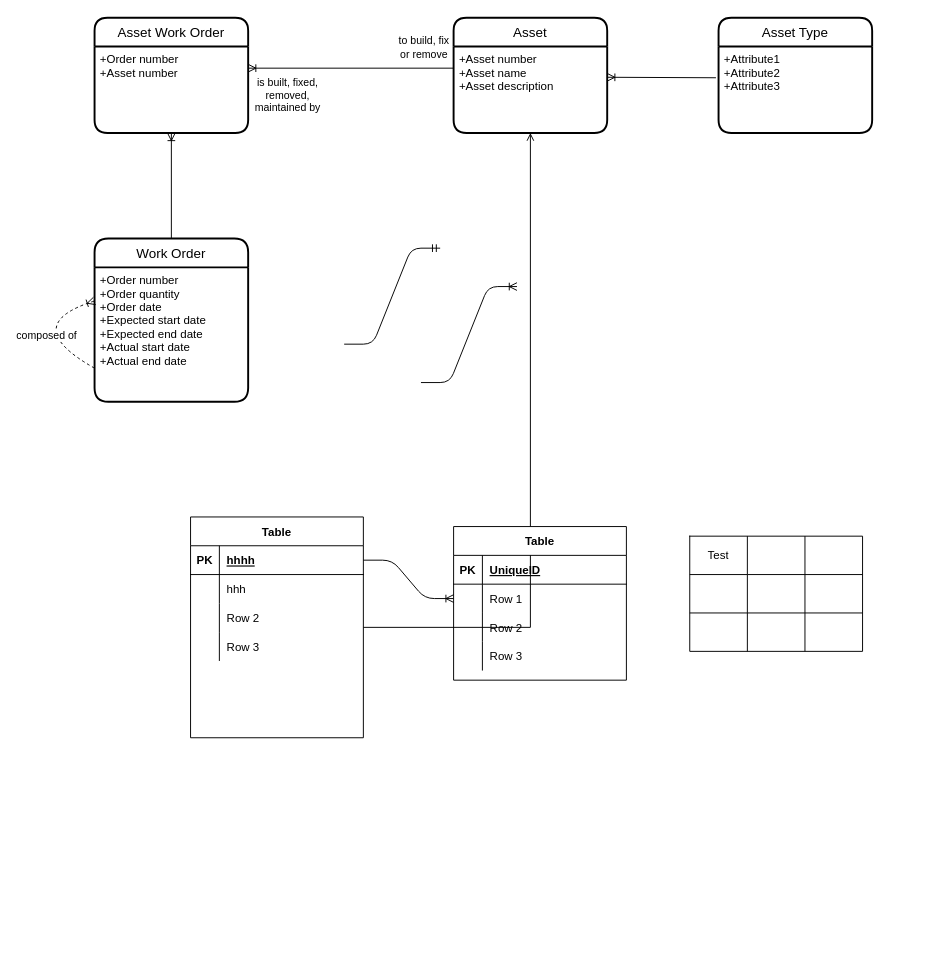
The draw.io diagram management.design/DataModel.drawio in markash/management, before the edit. Source tidied: cells renumbered, new cells numbered last; positions are measured from the earlier drawing's top-left corner, leaving out a move shared by most shapes. Both pictures are drawn from the tidied source at 96%, with x=0, y=0 at pixel (17, 17).
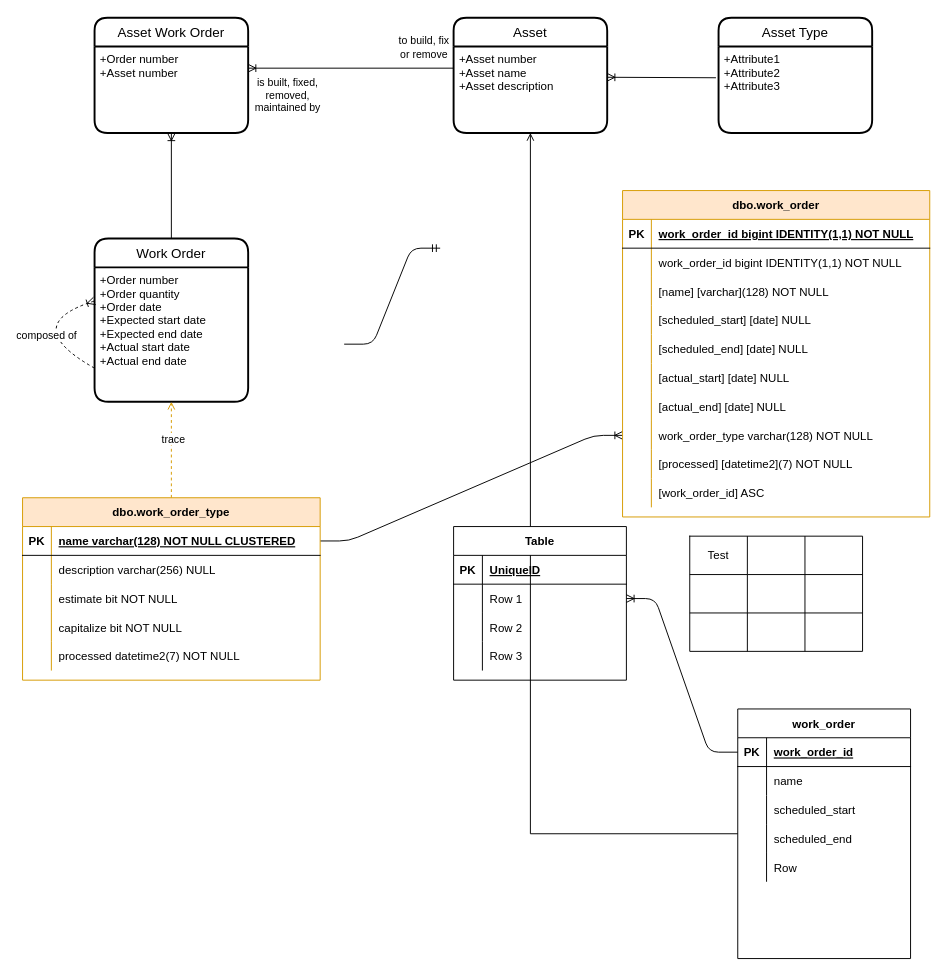
The same diagram, later.

Commit message:
Included physical tables for work_order

The change refers to these unchanged cells:
```xml
<mxCell id="5" value="+Order number&#10;+Order quantity&#10;+Order date&#10;+Expected start date&#10;+Expected end date&#10;+Actual start date&#10;+Actual end date" style="align=left;strokeColor=none;fillColor=none;spacingLeft=4;fontSize=12;verticalAlign=top;" parent="4" vertex="1">
  <mxGeometry y="30" width="160" height="140" as="geometry" />
</mxCell>
<mxCell id="10" style="shape=partialRectangle;fillColor=none;top=0;left=0;bottom=1;right=0;points=[[0,0.5],[1,0.5]];portConstraint=eastwest;" parent="9" vertex="1">
  <mxGeometry y="30" width="180" height="30" as="geometry" />
</mxCell>
<mxCell id="13" style="shape=partialRectangle;fillColor=none;top=0;left=0;bottom=0;right=0;" parent="9" vertex="1">
  <mxGeometry y="60" width="180" height="30" as="geometry" />
</mxCell>
<mxCell id="16" style="shape=partialRectangle;fillColor=none;top=0;left=0;bottom=0;right=0;" parent="9" vertex="1">
  <mxGeometry y="90" width="180" height="30" as="geometry" />
</mxCell>
<mxCell id="19" style="shape=partialRectangle;fillColor=none;top=0;left=0;bottom=0;right=0;" parent="9" vertex="1">
  <mxGeometry y="120" width="180" height="30" as="geometry" />
</mxCell>
```

What changed in the source:
```diff
@@
-    <mxCell id="9" value="Table" style="shape=table;startSize=30;childLayout=tableLayout;rowLines=0;fontStyle=1;align=center;" parent="1" vertex="1">
-      <mxGeometry x="180" y="520" width="180" height="230" as="geometry" />
+    <mxCell id="9" value="work_order" style="shape=table;startSize=30;childLayout=tableLayout;rowLines=0;fontStyle=1;align=center;" parent="1" vertex="1">
+      <mxGeometry x="750" y="720" width="180" height="260" as="geometry" />
     </mxCell>
@@
-    <mxCell id="12" value="hhhh" style="shape=partialRectangle;fillColor=none;top=0;left=0;bottom=0;right=0;align=left;spacingLeft=6;fontStyle=5;overflow=hidden;" parent="10" vertex="1">
+    <mxCell id="12" value="work_order_id" style="shape=partialRectangle;fillColor=none;top=0;left=0;bottom=0;right=0;align=left;spacingLeft=6;fontStyle=5;overflow=hidden;" parent="10" vertex="1">
       <mxGeometry x="30" width="150" height="30" as="geometry" />
     </mxCell>
@@
-    <mxCell id="15" value="hhh" style="shape=partialRectangle;fillColor=none;top=0;left=0;bottom=0;right=0;align=left;spacingLeft=6;overflow=hidden;" parent="13" vertex="1">
+    <mxCell id="15" value="name" style="shape=partialRectangle;fillColor=none;top=0;left=0;bottom=0;right=0;align=left;spacingLeft=6;overflow=hidden;" parent="13" vertex="1">
       <mxGeometry x="30" width="150" height="30" as="geometry" />
     </mxCell>
@@
-    <mxCell id="18" value="Row 2" style="shape=partialRectangle;fillColor=none;top=0;left=0;bottom=0;right=0;align=left;spacingLeft=6;overflow=hidden;" parent="16" vertex="1">
+    <mxCell id="18" value="scheduled_start" style="shape=partialRectangle;fillColor=none;top=0;left=0;bottom=0;right=0;align=left;spacingLeft=6;overflow=hidden;" parent="16" vertex="1">
       <mxGeometry x="30" width="150" height="30" as="geometry" />
     </mxCell>
@@
-    <mxCell id="21" value="Row 3" style="shape=partialRectangle;fillColor=none;top=0;left=0;bottom=0;right=0;align=left;spacingLeft=6;overflow=hidden;" parent="19" vertex="1">
+    <mxCell id="21" value="scheduled_end" style="shape=partialRectangle;fillColor=none;top=0;left=0;bottom=0;right=0;align=left;spacingLeft=6;overflow=hidden;" parent="19" vertex="1">
       <mxGeometry x="30" width="150" height="30" as="geometry" />
     </mxCell>
+    <mxCell id="60" style="shape=partialRectangle;fillColor=none;top=0;left=0;bottom=0;right=0;" parent="9" vertex="1">
+      <mxGeometry y="150" width="180" height="30" as="geometry" />
+    </mxCell>
+    <mxCell id="61" style="shape=partialRectangle;fillColor=none;top=0;left=0;bottom=0;right=0;overflow=hidden;" parent="60" vertex="1">
+      <mxGeometry width="30" height="30" as="geometry" />
+    </mxCell>
+    <mxCell id="62" value="Row" style="shape=partialRectangle;fillColor=none;top=0;left=0;bottom=0;right=0;align=left;spacingLeft=6;overflow=hidden;" parent="60" vertex="1">
+      <mxGeometry x="30" width="150" height="30" as="geometry" />
+    </mxCell>
@@
-    <mxCell id="57" style="edgeStyle=entityRelationEdgeStyle;fontSize=12;html=1;endArrow=ERoneToMany;" parent="1" edge="1">
-      <mxGeometry relative="1" as="geometry">
-        <mxPoint x="420" y="380" as="sourcePoint" />
-        <mxPoint x="520" y="280" as="targetPoint" />
-      </mxGeometry>
+    <mxCell id="57" style="edgeStyle=entityRelationEdgeStyle;fontSize=12;html=1;endArrow=ERoneToMany;exitX=1;exitY=0.5;exitDx=0;exitDy=0;" parent="1" edge="1" source="66" target="103">
+      <mxGeometry relative="1" as="geometry" />
     </mxCell>
@@
+    <mxCell id="63" style="edgeStyle=none;rounded=1;jettySize=auto;html=1;strokeColor=#d79b00;strokeWidth=1;dashed=1;startArrow=none;startFill=0;endArrow=open;endFill=0;fillColor=#ffe6cc;" parent="1" edge="1" source="65" target="5">
+      <mxGeometry relative="1" as="geometry" />
+    </mxCell>
+    <mxCell id="64" value="trace" style="edgeLabel;html=1;align=center;verticalAlign=middle;" parent="63" vertex="1">
+      <mxGeometry x="0.23" y="-1" relative="1" as="geometry" />
+    </mxCell>
+    <mxCell id="65" value="dbo.work_order_type" style="shape=table;startSize=30;childLayout=tableLayout;rowLines=0;fontStyle=1;align=center;fillColor=#ffe6cc;strokeColor=#d79b00;" parent="1" vertex="1">
+      <mxGeometry x="5" y="500" width="310" height="190" as="geometry" />
+    </mxCell>
+    <mxCell id="66" style="shape=partialRectangle;fillColor=none;points=[[0,0.5],[1,0.5]];portConstraint=eastwest;top=0;left=0;right=0;bottom=1;" parent="65" vertex="1">
+      <mxGeometry y="30" width="310" height="30" as="geometry" />
+    </mxCell>
+    <mxCell id="67" value="PK" style="shape=partialRectangle;overflow=hidden;fillColor=none;top=0;left=0;bottom=0;right=0;fontStyle=1;" parent="66" vertex="1">
+      <mxGeometry width="30" height="30" as="geometry" />
+    </mxCell>
+    <mxCell id="68" value="name varchar(128) NOT NULL CLUSTERED" style="shape=partialRectangle;overflow=hidden;fillColor=none;top=0;left=0;bottom=0;right=0;align=left;spacingLeft=6;fontStyle=5;" parent="66" vertex="1">
+      <mxGeometry x="30" width="280" height="30" as="geometry" />
+    </mxCell>
+    <mxCell id="69" style="shape=partialRectangle;fillColor=none;top=0;left=0;right=0;bottom=0;" parent="65" vertex="1">
+      <mxGeometry y="60" width="310" height="30" as="geometry" />
+    </mxCell>
+    <mxCell id="70" style="shape=partialRectangle;overflow=hidden;fillColor=none;top=0;left=0;bottom=0;right=0;" parent="69" vertex="1">
+      <mxGeometry width="30" height="30" as="geometry" />
+    </mxCell>
+    <mxCell id="71" value="description varchar(256) NULL" style="shape=partialRectangle;overflow=hidden;fillColor=none;top=0;left=0;bottom=0;right=0;align=left;spacingLeft=6;" parent="69" vertex="1">
+      <mxGeometry x="30" width="280" height="30" as="geometry" />
+    </mxCell>
+    <mxCell id="72" style="shape=partialRectangle;fillColor=none;top=0;left=0;right=0;bottom=0;" parent="65" vertex="1">
+      <mxGeometry y="90" width="310" height="30" as="geometry" />
+    </mxCell>
+    <mxCell id="73" style="shape=partialRectangle;overflow=hidden;fillColor=none;top=0;left=0;bottom=0;right=0;" parent="72" vertex="1">
+      <mxGeometry width="30" height="30" as="geometry" />
+    </mxCell>
+    <mxCell id="74" value="estimate bit NOT NULL" style="shape=partialRectangle;overflow=hidden;fillColor=none;top=0;left=0;bottom=0;right=0;align=left;spacingLeft=6;" parent="72" vertex="1">
+      <mxGeometry x="30" width="280" height="30" as="geometry" />
+    </mxCell>
+    <mxCell id="75" style="shape=partialRectangle;fillColor=none;top=0;left=0;right=0;bottom=0;" parent="65" vertex="1">
+      <mxGeometry y="120" width="310" height="30" as="geometry" />
+    </mxCell>
+    <mxCell id="76" style="shape=partialRectangle;overflow=hidden;fillColor=none;top=0;left=0;bottom=0;right=0;" parent="75" vertex="1">
+      <mxGeometry width="30" height="30" as="geometry" />
+    </mxCell>
+    <mxCell id="77" value="capitalize bit NOT NULL" style="shape=partialRectangle;overflow=hidden;fillColor=none;top=0;left=0;bottom=0;right=0;align=left;spacingLeft=6;" parent="75" vertex="1">
+      <mxGeometry x="30" width="280" height="30" as="geometry" />
+    </mxCell>
+    <mxCell id="78" style="shape=partialRectangle;fillColor=none;top=0;left=0;right=0;bottom=0;" parent="65" vertex="1">
+      <mxGeometry y="150" width="310" height="30" as="geometry" />
+    </mxCell>
+    <mxCell id="79" style="shape=partialRectangle;overflow=hidden;fillColor=none;top=0;left=0;bottom=0;right=0;" parent="78" vertex="1">
+      <mxGeometry width="30" height="30" as="geometry" />
+    </mxCell>
+    <mxCell id="80" value="processed datetime2(7) NOT NULL" style="shape=partialRectangle;overflow=hidden;fillColor=none;top=0;left=0;bottom=0;right=0;align=left;spacingLeft=6;" parent="78" vertex="1">
+      <mxGeometry x="30" width="280" height="30" as="geometry" />
+    </mxCell>
+    <mxCell id="81" value="dbo.work_order" style="shape=table;startSize=30;childLayout=tableLayout;rowLines=0;fontStyle=1;align=center;fillColor=#ffe6cc;strokeColor=#d79b00;" parent="1" vertex="1">
+      <mxGeometry x="630" y="180" width="320" height="340" as="geometry" />
+    </mxCell>
+    <mxCell id="82" style="shape=partialRectangle;fillColor=none;top=0;left=0;right=0;bottom=1;" parent="81" vertex="1">
+      <mxGeometry y="30" width="320" height="30" as="geometry" />
+    </mxCell>
+    <mxCell id="83" value="PK" style="shape=partialRectangle;overflow=hidden;fillColor=none;top=0;left=0;bottom=0;right=0;fontStyle=1;" parent="82" vertex="1">
+      <mxGeometry width="30" height="30" as="geometry" />
+    </mxCell>
+    <mxCell id="84" value="work_order_id bigint IDENTITY(1,1) NOT NULL" style="shape=partialRectangle;overflow=hidden;fillColor=none;top=0;left=0;bottom=0;right=0;align=left;spacingLeft=6;fontStyle=5;" parent="82" vertex="1">
+      <mxGeometry x="30" width="290" height="30" as="geometry" />
+    </mxCell>
+    <mxCell id="85" style="shape=partialRectangle;fillColor=none;top=0;left=0;right=0;bottom=0;" parent="81" vertex="1">
+      <mxGeometry y="60" width="320" height="30" as="geometry" />
+    </mxCell>
+    <mxCell id="86" style="shape=partialRectangle;overflow=hidden;fillColor=none;top=0;left=0;bottom=0;right=0;" parent="85" vertex="1">
+      <mxGeometry width="30" height="30" as="geometry" />
+    </mxCell>
+    <mxCell id="87" value="work_order_id bigint IDENTITY(1,1) NOT NULL" style="shape=partialRectangle;overflow=hidden;fillColor=none;top=0;left=0;bottom=0;right=0;align=left;spacingLeft=6;" parent="85" vertex="1">
+      <mxGeometry x="30" width="290" height="30" as="geometry" />
+    </mxCell>
+    <mxCell id="88" style="shape=partialRectangle;fillColor=none;top=0;left=0;right=0;bottom=0;" parent="81" vertex="1">
+      <mxGeometry y="90" width="320" height="30" as="geometry" />
+    </mxCell>
+    <mxCell id="89" style="shape=partialRectangle;overflow=hidden;fillColor=none;top=0;left=0;bottom=0;right=0;" parent="88" vertex="1">
+      <mxGeometry width="30" height="30" as="geometry" />
+    </mxCell>
+    <mxCell id="90" value="[name] [varchar](128) NOT NULL" style="shape=partialRectangle;overflow=hidden;fillColor=none;top=0;left=0;bottom=0;right=0;align=left;spacingLeft=6;" parent="88" vertex="1">
+      <mxGeometry x="30" width="290" height="30" as="geometry" />
+    </mxCell>
+    <mxCell id="91" style="shape=partialRectangle;fillColor=none;top=0;left=0;right=0;bottom=0;" parent="81" vertex="1">
+      <mxGeometry y="120" width="320" height="30" as="geometry" />
+    </mxCell>
+    <mxCell id="92" style="shape=partialRectangle;overflow=hidden;fillColor=none;top=0;left=0;bottom=0;right=0;" parent="91" vertex="1">
+      <mxGeometry width="30" height="30" as="geometry" />
+    </mxCell>
+    <mxCell id="93" value="[scheduled_start] [date] NULL" style="shape=partialRectangle;overflow=hidden;fillColor=none;top=0;left=0;bottom=0;right=0;align=left;spacingLeft=6;" parent="91" vertex="1">
+      <mxGeometry x="30" width="290" height="30" as="geometry" />
+    </mxCell>
+    <mxCell id="94" style="shape=partialRectangle;fillColor=none;top=0;left=0;right=0;bottom=0;" parent="81" vertex="1">
+      <mxGeometry y="150" width="320" height="30" as="geometry" />
+    </mxCell>
+    <mxCell id="95" style="shape=partialRectangle;overflow=hidden;fillColor=none;top=0;left=0;bottom=0;right=0;" parent="94" vertex="1">
+      <mxGeometry width="30" height="30" as="geometry" />
+    </mxCell>
+    <mxCell id="96" value="[scheduled_end] [date] NULL" style="shape=partialRectangle;overflow=hidden;fillColor=none;top=0;left=0;bottom=0;right=0;align=left;spacingLeft=6;" parent="94" vertex="1">
+      <mxGeometry x="30" width="290" height="30" as="geometry" />
+    </mxCell>
+    <mxCell id="97" style="shape=partialRectangle;fillColor=none;top=0;left=0;right=0;bottom=0;" parent="81" vertex="1">
+      <mxGeometry y="180" width="320" height="30" as="geometry" />
+    </mxCell>
+    <mxCell id="98" style="shape=partialRectangle;overflow=hidden;fillColor=none;top=0;left=0;bottom=0;right=0;" parent="97" vertex="1">
+      <mxGeometry width="30" height="30" as="geometry" />
+    </mxCell>
+    <mxCell id="99" value="[actual_start] [date] NULL" style="shape=partialRectangle;overflow=hidden;fillColor=none;top=0;left=0;bottom=0;right=0;align=left;spacingLeft=6;" parent="97" vertex="1">
+      <mxGeometry x="30" width="290" height="30" as="geometry" />
+    </mxCell>
+    <mxCell id="100" style="shape=partialRectangle;fillColor=none;top=0;left=0;right=0;bottom=0;" parent="81" vertex="1">
+      <mxGeometry y="210" width="320" height="30" as="geometry" />
+    </mxCell>
+    <mxCell id="101" style="shape=partialRectangle;overflow=hidden;fillColor=none;top=0;left=0;bottom=0;right=0;" parent="100" vertex="1">
+      <mxGeometry width="30" height="30" as="geometry" />
+    </mxCell>
+    <mxCell id="102" value="[actual_end] [date] NULL" style="shape=partialRectangle;overflow=hidden;fillColor=none;top=0;left=0;bottom=0;right=0;align=left;spacingLeft=6;" parent="100" vertex="1">
+      <mxGeometry x="30" width="290" height="30" as="geometry" />
+    </mxCell>
+    <mxCell id="103" style="shape=partialRectangle;fillColor=none;points=[[0,0.5],[1,0.5]];portConstraint=eastwest;top=0;left=0;right=0;bottom=0;" parent="81" vertex="1">
+      <mxGeometry y="240" width="320" height="30" as="geometry" />
+    </mxCell>
+    <mxCell id="104" style="shape=partialRectangle;overflow=hidden;fillColor=none;top=0;left=0;bottom=0;right=0;" parent="103" vertex="1">
+      <mxGeometry width="30" height="30" as="geometry" />
+    </mxCell>
+    <mxCell id="105" value="work_order_type varchar(128) NOT NULL" style="shape=partialRectangle;overflow=hidden;fillColor=none;top=0;left=0;bottom=0;right=0;align=left;spacingLeft=6;" parent="103" vertex="1">
+      <mxGeometry x="30" width="290" height="30" as="geometry" />
+    </mxCell>
+    <mxCell id="106" style="shape=partialRectangle;fillColor=none;top=0;left=0;right=0;bottom=0;" parent="81" vertex="1">
+      <mxGeometry y="270" width="320" height="30" as="geometry" />
+    </mxCell>
+    <mxCell id="107" style="shape=partialRectangle;overflow=hidden;fillColor=none;top=0;left=0;bottom=0;right=0;" parent="106" vertex="1">
+      <mxGeometry width="30" height="30" as="geometry" />
+    </mxCell>
+    <mxCell id="108" value="[processed] [datetime2](7) NOT NULL" style="shape=partialRectangle;overflow=hidden;fillColor=none;top=0;left=0;bottom=0;right=0;align=left;spacingLeft=6;" parent="106" vertex="1">
+      <mxGeometry x="30" width="290" height="30" as="geometry" />
+    </mxCell>
+    <mxCell id="109" style="shape=partialRectangle;fillColor=none;top=0;left=0;right=0;bottom=0;" parent="81" vertex="1">
+      <mxGeometry y="300" width="320" height="30" as="geometry" />
+    </mxCell>
+    <mxCell id="110" style="shape=partialRectangle;overflow=hidden;fillColor=none;top=0;left=0;bottom=0;right=0;" parent="109" vertex="1">
+      <mxGeometry width="30" height="30" as="geometry" />
+    </mxCell>
+    <mxCell id="111" value="[work_order_id] ASC" style="shape=partialRectangle;overflow=hidden;fillColor=none;top=0;left=0;bottom=0;right=0;align=left;spacingLeft=6;" parent="109" vertex="1">
+      <mxGeometry x="30" width="290" height="30" as="geometry" />
+    </mxCell>
```
